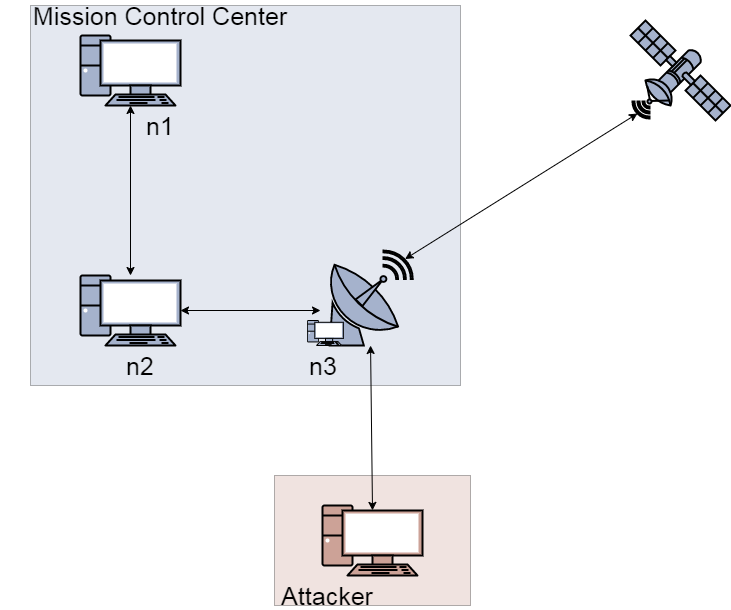
Earlier version of the draw.io export Documentation/img/flooding.png (tobinatore/dtn-dos). Source tidied: cells renumbered, new cells last; positions are measured from the earlier drawing's top-left corner, leaving out a move shared by most shapes.
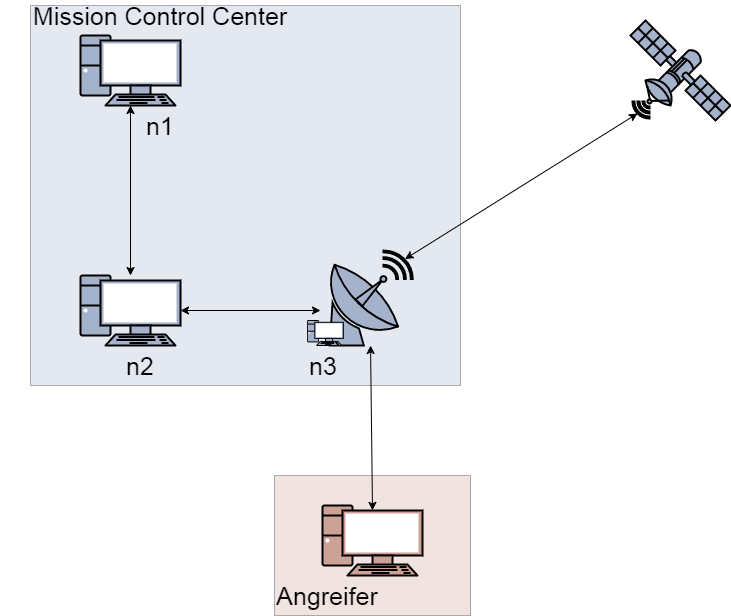
Above is the later version.

What changed in the source:
```diff
@@ -3,7 +3,7 @@
     <mxCell id="0" />
     <mxCell id="1" parent="0" />
     <mxCell id="2" style="rounded=0;whiteSpace=wrap;html=1;shadow=0;sketch=0;strokeColor=#000000;strokeWidth=1;fontSize=25;opacity=30;fillColor=#CCA297;" parent="1" vertex="1">
-      <mxGeometry x="274" y="470" width="196" height="130" as="geometry" />
+      <mxGeometry x="274" y="470" width="196" height="140" as="geometry" />
     </mxCell>
     <mxCell id="3" style="rounded=0;whiteSpace=wrap;html=1;shadow=0;sketch=0;strokeColor=#000000;strokeWidth=1;fillColor=#A5B2CC;opacity=30;" parent="1" vertex="1">
       <mxGeometry x="30" width="430" height="380" as="geometry" />
@@ -35,7 +35,7 @@
     <mxCell id="12" value="Mission Control Center" style="text;html=1;strokeColor=none;fillColor=none;align=center;verticalAlign=middle;whiteSpace=wrap;rounded=0;shadow=0;sketch=0;opacity=30;fontSize=25;" parent="1" vertex="1">
       <mxGeometry width="320" height="20" as="geometry" />
     </mxCell>
-    <mxCell id="13" value="Attacker" style="text;html=1;strokeColor=none;fillColor=none;align=center;verticalAlign=middle;whiteSpace=wrap;rounded=0;shadow=0;sketch=0;fontSize=25;opacity=30;" parent="1" vertex="1">
+    <mxCell id="13" value="Angreifer" style="text;html=1;strokeColor=none;fillColor=none;align=center;verticalAlign=middle;whiteSpace=wrap;rounded=0;shadow=0;sketch=0;fontSize=25;opacity=30;" parent="1" vertex="1">
       <mxGeometry x="307.2" y="580" width="40" height="20" as="geometry" />
     </mxCell>
     <mxCell id="14" style="fontColor=#0066CC;verticalAlign=top;verticalLabelPosition=bottom;labelPosition=center;align=center;html=1;gradientColor=none;gradientDirection=north;strokeWidth=2;shape=mxgraph.networks.pc;shadow=0;sketch=0;fillColor=#A5B2CC;" parent="1" vertex="1">
```
